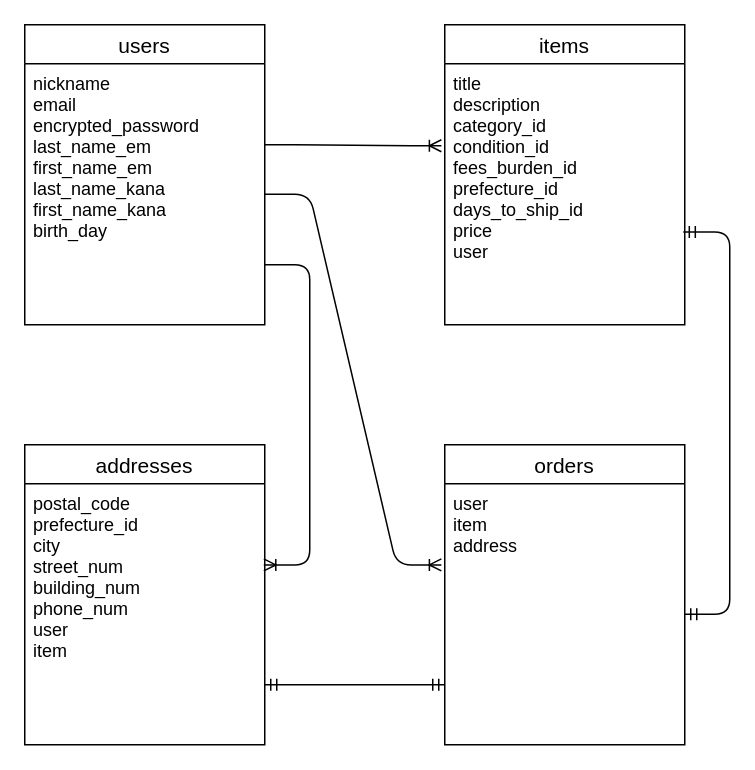
The draw.io diagram furima.dio in iSi2aka/furima-39576, before the edit. Source tidied: cells renumbered, new cells numbered last; positions are measured from the earlier drawing's top-left corner, leaving out a move shared by most shapes. Both pictures are drawn from the tidied source at 150%, with x=0, y=0 at pixel (24, 24).
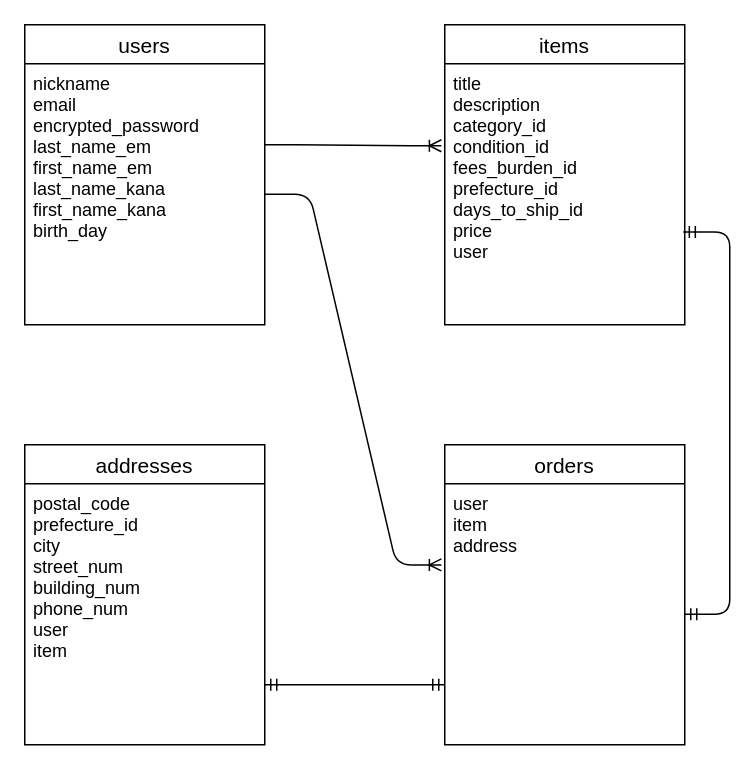
The same page after the edit.

Change to the diagram source:
```diff
@@
 <mxGraphModel>
   <root>
     <mxCell id="0" />
     <mxCell id="1" parent="0" />
     <mxCell id="2" value="users" style="swimlane;fontStyle=0;horizontal=1;startSize=26;align=center;fontSize=14;" parent="1" vertex="1">
       <mxGeometry width="160" height="200" as="geometry" />
     </mxCell>
     <mxCell id="3" value="nickname&#10;email&#10;encrypted_password&#10;last_name_em&#10;first_name_em&#10;last_name_kana&#10;first_name_kana&#10;birth_day" style="text;strokeColor=none;fillColor=none;spacingLeft=4;spacingRight=4;overflow=hidden;points=[[0,0.5],[1,0.5]];portConstraint=eastwest;fontSize=12;" parent="2" vertex="1">
       <mxGeometry y="26" width="160" height="174" as="geometry" />
     </mxCell>
     <mxCell id="4" value="items" style="swimlane;fontStyle=0;horizontal=1;startSize=26;align=center;fontSize=14;" parent="1" vertex="1">
       <mxGeometry x="280" width="160" height="200" as="geometry" />
     </mxCell>
     <mxCell id="5" value="title&#10;description&#10;category_id&#10;condition_id&#10;fees_burden_id&#10;prefecture_id&#10;days_to_ship_id&#10;price&#10;user" style="text;strokeColor=none;fillColor=none;spacingLeft=4;spacingRight=4;overflow=hidden;points=[[0,0.5],[1,0.5]];portConstraint=eastwest;fontSize=12;" parent="4" vertex="1">
       <mxGeometry y="26" width="160" height="174" as="geometry" />
     </mxCell>
     <mxCell id="6" value="addresses" style="swimlane;fontStyle=0;horizontal=1;startSize=26;align=center;fontSize=14;" parent="1" vertex="1">
       <mxGeometry y="280" width="160" height="200" as="geometry" />
     </mxCell>
     <mxCell id="7" value="postal_code&#10;prefecture_id&#10;city&#10;street_num&#10;building_num&#10;phone_num&#10;user&#10;item" style="text;strokeColor=none;fillColor=none;spacingLeft=4;spacingRight=4;overflow=hidden;points=[[0,0.5],[1,0.5]];portConstraint=eastwest;fontSize=12;" parent="6" vertex="1">
       <mxGeometry y="26" width="160" height="174" as="geometry" />
     </mxCell>
     <mxCell id="8" value="orders" style="swimlane;fontStyle=0;horizontal=1;startSize=26;align=center;fontSize=14;" parent="1" vertex="1">
       <mxGeometry x="280" y="280" width="160" height="200" as="geometry" />
     </mxCell>
     <mxCell id="9" value="user&#10;item&#10;address" style="text;strokeColor=none;fillColor=none;spacingLeft=4;spacingRight=4;overflow=hidden;points=[[0,0.5],[1,0.5]];portConstraint=eastwest;fontSize=12;" parent="8" vertex="1">
       <mxGeometry y="26" width="160" height="174" as="geometry" />
     </mxCell>
     <mxCell id="10" style="edgeStyle=entityRelationEdgeStyle;fontSize=12;html=1;endArrow=ERoneToMany;entryX=-0.014;entryY=0.311;entryDx=0;entryDy=0;entryPerimeter=0;" parent="1" edge="1" source="3" target="9">
       <mxGeometry relative="1" as="geometry" />
     </mxCell>
     <mxCell id="11" style="edgeStyle=entityRelationEdgeStyle;fontSize=12;html=1;endArrow=ERoneToMany;entryX=-0.014;entryY=0.314;entryDx=0;entryDy=0;entryPerimeter=0;" parent="1" edge="1" target="5">
       <mxGeometry relative="1" as="geometry">
         <mxPoint x="160" y="80" as="sourcePoint" />
       </mxGeometry>
     </mxCell>
-    <mxCell id="12" style="edgeStyle=entityRelationEdgeStyle;fontSize=12;html=1;endArrow=ERoneToMany;entryX=0.996;entryY=0.311;entryDx=0;entryDy=0;entryPerimeter=0;" parent="1" edge="1" target="7">
-      <mxGeometry relative="1" as="geometry">
-        <mxPoint x="160" y="160" as="sourcePoint" />
-      </mxGeometry>
-    </mxCell>
     <mxCell id="13" style="edgeStyle=entityRelationEdgeStyle;fontSize=12;html=1;endArrow=ERmandOne;startArrow=ERmandOne;entryX=0;entryY=0.77;entryDx=0;entryDy=0;entryPerimeter=0;" parent="1" edge="1" target="9">
       <mxGeometry relative="1" as="geometry">
         <mxPoint x="160" y="440" as="sourcePoint" />
       </mxGeometry>
     </mxCell>
     <mxCell id="14" style="edgeStyle=entityRelationEdgeStyle;fontSize=12;html=1;endArrow=ERmandOne;startArrow=ERmandOne;exitX=0.994;exitY=0.645;exitDx=0;exitDy=0;exitPerimeter=0;" parent="1" edge="1" source="5" target="9">
       <mxGeometry relative="1" as="geometry" />
     </mxCell>
   </root>
 </mxGraphModel>
```
